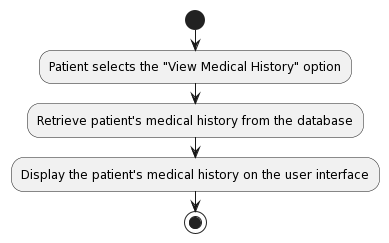
This is Lab1.2/ActivityDiagram/View Medical History.png from baonehe/SE357-Pratice-class, a PlantUML export, as it was before one commit. The source it was exported from:
```plantuml
@startuml
!define VIEW_MEDICAL_HISTORY <<(A,blue) View Medical History>>

start
:Patient selects the "View Medical History" option;
:Retrieve patient's medical history from the database;
:Display the patient's medical history on the user interface;
stop
@enduml
```
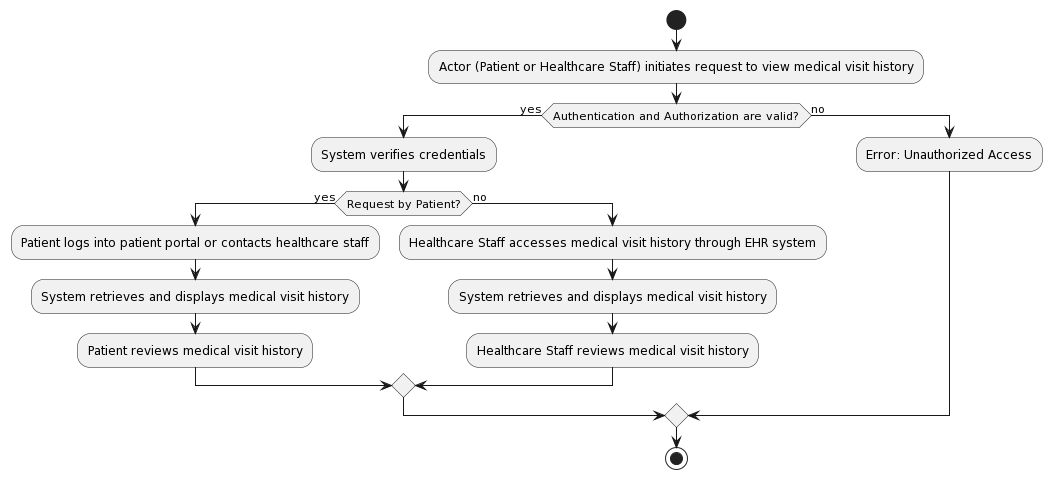
The same file after the commit.

Change to the diagram source:
```diff
@@ -1,9 +1,24 @@
 @startuml
-!define VIEW_MEDICAL_HISTORY <<(A,blue) View Medical History>>
+skinparam activity {
+  BackgroundColor<<view>> LightBlue
+  BorderColor<<view>> DarkBlue
+}
 
 start
-:Patient selects the "View Medical History" option;
-:Retrieve patient's medical history from the database;
-:Display the patient's medical history on the user interface;
+:Actor (Patient or Healthcare Staff) initiates request to view medical visit history;
+if (Authentication and Authorization are valid?) then (yes)
+  :System verifies credentials;
+  if (Request by Patient?) then (yes)
+    :Patient logs into patient portal or contacts healthcare staff;
+    :System retrieves and displays medical visit history;
+    :Patient reviews medical visit history;
+  else (no)
+    :Healthcare Staff accesses medical visit history through EHR system;
+    :System retrieves and displays medical visit history;
+    :Healthcare Staff reviews medical visit history;
+  endif
+else (no)
+  :Error: Unauthorized Access;
+endif
 stop
 @enduml
```
